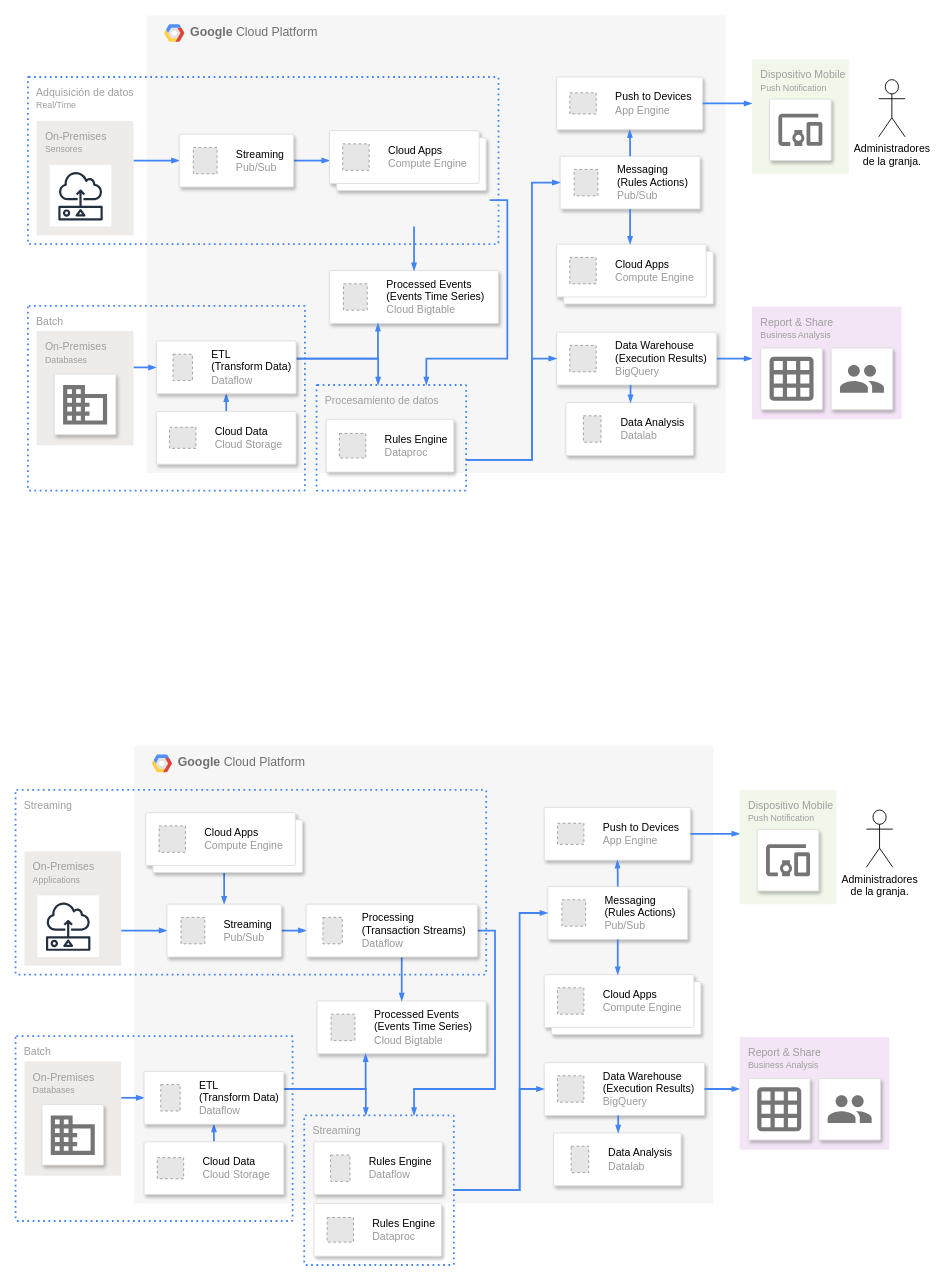
Before: Architecture.drawio in andresRah/agrofarmpi-site, a draw.io diagram. Source tidied: cells renumbered, new cells numbered last; positions are measured from the earlier drawing's top-left corner, leaving out a move shared by most shapes. Both pictures are drawn from the tidied source at 88%, with x=0, y=0 at pixel (15, 15). Pictures stored in the file or linked from it are replaced by grey dashed boxes.
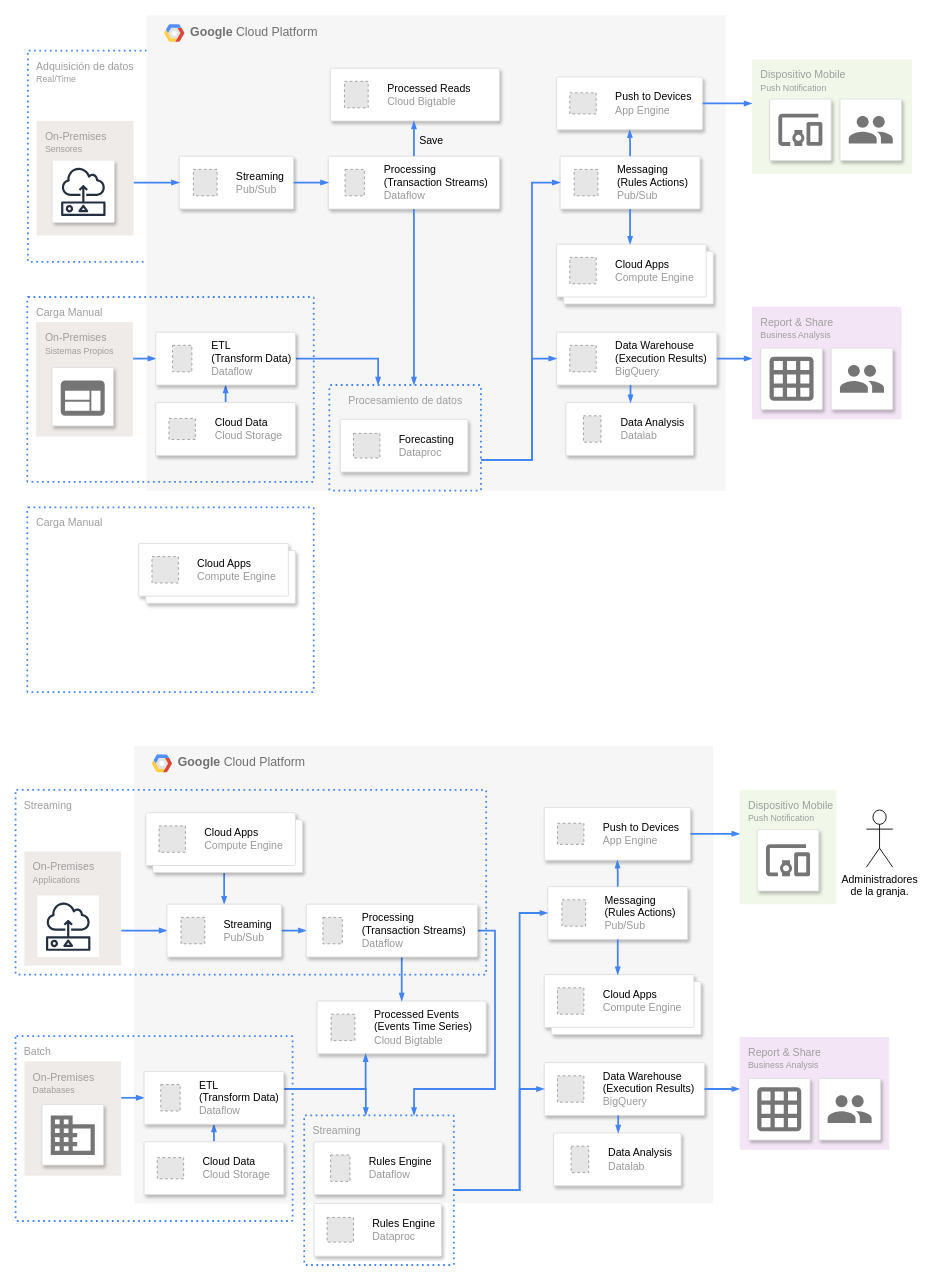
After the change.

The change refers to these unchanged cells:
```xml
<mxCell id="8" style="strokeColor=#dddddd;shadow=1;strokeWidth=1;rounded=1;absoluteArcSize=1;arcSize=2;" parent="2" vertex="1">
  <mxGeometry x="470" y="160" width="159" height="60" as="geometry" />
</mxCell>
<mxCell id="14" style="strokeColor=#dddddd;shadow=1;strokeWidth=1;rounded=1;absoluteArcSize=1;arcSize=2;" parent="2" vertex="1">
  <mxGeometry x="466" y="360" width="182" height="60" as="geometry" />
</mxCell>
<mxCell id="24" value="On-Premises&lt;br&gt;&lt;font style=&quot;font-size: 10px&quot;&gt;Sensores&lt;/font&gt;" style="rounded=1;absoluteArcSize=1;arcSize=2;html=1;strokeColor=none;gradientColor=none;shadow=0;dashed=0;fontSize=12;fontColor=#9E9E9E;align=left;verticalAlign=top;spacing=10;spacingTop=-4;fillColor=#EFEBE9;" parent="1" vertex="1">
  <mxGeometry x="24.2" y="120" width="110" height="130" as="geometry" />
</mxCell>
```

Diff of the diagram source:
```diff
@@
+    <mxCell id="119" value="Carga Manual" style="rounded=1;absoluteArcSize=1;arcSize=2;html=1;strokeColor=#4284F3;gradientColor=none;shadow=0;dashed=1;fontSize=12;fontColor=#9E9E9E;align=left;verticalAlign=top;spacing=10;spacingTop=-4;fillColor=none;dashPattern=1 2;strokeWidth=2;" parent="1" vertex="1">
+      <mxGeometry x="13.5" y="559" width="325.5" height="210" as="geometry" />
+    </mxCell>
+    <mxCell id="22" value="Adquisición de datos&amp;nbsp;&lt;br&gt;&lt;font style=&quot;font-size: 10px;&quot;&gt;Real/Time&lt;/font&gt;" style="rounded=1;absoluteArcSize=1;arcSize=2;html=1;strokeColor=#4284F3;gradientColor=none;shadow=0;dashed=1;fontSize=12;fontColor=#9E9E9E;align=left;verticalAlign=top;spacing=10;spacingTop=-4;fillColor=none;dashPattern=1 2;strokeWidth=2;" parent="1" vertex="1">
+      <mxGeometry x="14.2" y="40" width="534.8" height="240" as="geometry" />
+    </mxCell>
     <mxCell id="2" value="&lt;b&gt;Google &lt;/b&gt;Cloud Platform" style="fillColor=#F6F6F6;strokeColor=none;shadow=0;gradientColor=none;fontSize=14;align=left;spacing=10;fontColor=#717171;9E9E9E;verticalAlign=top;spacingTop=-4;fontStyle=0;spacingLeft=40;html=1;" parent="1" vertex="1">
-      <mxGeometry x="149" width="658" height="520" as="geometry" />
+      <mxGeometry x="149" width="658" height="540" as="geometry" />
     </mxCell>
@@
     <mxCell id="4" style="strokeColor=#dddddd;shadow=1;strokeWidth=1;rounded=1;absoluteArcSize=1;arcSize=2;" parent="2" vertex="1">
-      <mxGeometry x="207.8" y="290" width="192.2" height="60" as="geometry" />
+      <mxGeometry x="208.9" y="60" width="192.2" height="60" as="geometry" />
     </mxCell>
-    <mxCell id="5" value="&lt;font color=&quot;#000000&quot;&gt;Processed Events&lt;br&gt;(Events Time Series)&lt;/font&gt;&lt;br&gt;Cloud Bigtable" style="fillColor=#E6E6E6;strokeColor=#999999;dashed=1;html=1;fontColor=#999999;verticalLabelPosition=middle;verticalAlign=middle;labelPosition=right;align=left;spacingLeft=20;" parent="4" vertex="1">
+    <mxCell id="5" value="&lt;font color=&quot;#000000&quot;&gt;Processed Reads&lt;/font&gt;&lt;br&gt;Cloud Bigtable" style="fillColor=#E6E6E6;strokeColor=#999999;dashed=1;html=1;fontColor=#999999;verticalLabelPosition=middle;verticalAlign=middle;labelPosition=right;align=left;spacingLeft=20;" parent="4" vertex="1">
       <mxGeometry width="27" height="30" relative="1" as="geometry">
         <mxPoint x="16" y="15" as="offset" />
       </mxGeometry>
     </mxCell>
@@
+    <mxCell id="21" value="Procesamiento de datos" style="rounded=1;absoluteArcSize=1;arcSize=2;html=1;strokeColor=#4284F3;gradientColor=none;shadow=0;dashed=1;fontSize=12;fontColor=#9E9E9E;align=center;verticalAlign=top;spacing=10;spacingTop=-4;fillColor=none;dashPattern=1 2;strokeWidth=2;" parent="2" vertex="1">
+      <mxGeometry x="207.8" y="420" width="172.2" height="120" as="geometry" />
+    </mxCell>
-    <mxCell id="19" style="edgeStyle=orthogonalEdgeStyle;rounded=0;html=1;dashed=0;labelBackgroundColor=none;startArrow=none;startFill=0;startSize=4;endArrow=blockThin;endFill=1;endSize=4;strokeColor=#4284F3;strokeWidth=2;fontSize=12;" parent="1" edge="1" source="21" target="14">
+    <mxCell id="19" style="edgeStyle=orthogonalEdgeStyle;rounded=0;html=1;dashed=0;labelBackgroundColor=none;startArrow=none;startFill=0;startSize=4;endArrow=blockThin;endFill=1;endSize=4;strokeColor=#4284F3;strokeWidth=2;fontSize=12;" parent="2" edge="1" source="21" target="14">
       <mxGeometry relative="1" as="geometry">
         <Array as="points">
-          <mxPoint x="587" y="505" />
-          <mxPoint x="587" y="390" />
+          <mxPoint x="438" y="505" />
+          <mxPoint x="438" y="390" />
         </Array>
       </mxGeometry>
     </mxCell>
-    <mxCell id="20" style="edgeStyle=orthogonalEdgeStyle;rounded=0;html=1;dashed=0;labelBackgroundColor=none;startArrow=none;startFill=0;startSize=4;endArrow=blockThin;endFill=1;endSize=4;strokeColor=#4284F3;strokeWidth=2;fontSize=12;" parent="1" edge="1" source="21" target="8">
+    <mxCell id="20" style="edgeStyle=orthogonalEdgeStyle;rounded=0;html=1;dashed=0;labelBackgroundColor=none;startArrow=none;startFill=0;startSize=4;endArrow=blockThin;endFill=1;endSize=4;strokeColor=#4284F3;strokeWidth=2;fontSize=12;" parent="2" edge="1" source="21" target="8">
       <mxGeometry relative="1" as="geometry">
         <Array as="points">
-          <mxPoint x="587" y="505" />
-          <mxPoint x="587" y="190" />
+          <mxPoint x="438" y="505" />
+          <mxPoint x="438" y="190" />
         </Array>
       </mxGeometry>
     </mxCell>
-    <mxCell id="21" value="Procesamiento de datos" style="rounded=1;absoluteArcSize=1;arcSize=2;html=1;strokeColor=#4284F3;gradientColor=none;shadow=0;dashed=1;fontSize=12;fontColor=#9E9E9E;align=left;verticalAlign=top;spacing=10;spacingTop=-4;fillColor=none;dashPattern=1 2;strokeWidth=2;" parent="1" vertex="1">
-      <mxGeometry x="342.2" y="420" width="170" height="120" as="geometry" />
-    </mxCell>
-    <mxCell id="22" value="Adquisición de datos&amp;nbsp;&lt;br&gt;&lt;font style=&quot;font-size: 10px;&quot;&gt;Real/Time&lt;/font&gt;" style="rounded=1;absoluteArcSize=1;arcSize=2;html=1;strokeColor=#4284F3;gradientColor=none;shadow=0;dashed=1;fontSize=12;fontColor=#9E9E9E;align=left;verticalAlign=top;spacing=10;spacingTop=-4;fillColor=none;dashPattern=1 2;strokeWidth=2;" parent="1" vertex="1">
-      <mxGeometry x="14.2" y="70" width="534.8" height="190" as="geometry" />
-    </mxCell>
+    <mxCell id="54" style="strokeColor=#dddddd;shadow=1;strokeWidth=1;rounded=1;absoluteArcSize=1;arcSize=2;" parent="2" vertex="1">
+      <mxGeometry x="220.2" y="459" width="145" height="60" as="geometry" />
+    </mxCell>
+    <mxCell id="55" value="&lt;font color=&quot;#000000&quot;&gt;Forecasting&lt;/font&gt;&lt;br&gt;Dataproc" style="fillColor=#E6E6E6;strokeColor=#999999;dashed=1;html=1;fontColor=#999999;verticalLabelPosition=middle;verticalAlign=middle;labelPosition=right;align=left;spacingLeft=20;" parent="54" vertex="1">
+      <mxGeometry width="30" height="28" relative="1" as="geometry">
+        <mxPoint x="15" y="16" as="offset" />
+      </mxGeometry>
+    </mxCell>
+    <mxCell id="120" style="strokeColor=#dddddd;shadow=1;strokeWidth=1;rounded=1;absoluteArcSize=1;arcSize=2;" parent="2" vertex="1">
+      <mxGeometry x="206.6" y="160" width="194.5" height="60" as="geometry" />
+    </mxCell>
+    <mxCell id="121" value="&lt;font color=&quot;#000000&quot;&gt;Processing&lt;br&gt;(Transaction Streams)&lt;/font&gt;&lt;br&gt;Dataflow" style="fillColor=#E6E6E6;strokeColor=#999999;dashed=1;html=1;fontColor=#999999;verticalLabelPosition=middle;verticalAlign=middle;labelPosition=right;align=left;spacingLeft=20;" parent="120" vertex="1">
+      <mxGeometry width="22" height="30" relative="1" as="geometry">
+        <mxPoint x="19" y="15" as="offset" />
+      </mxGeometry>
+    </mxCell>
+    <mxCell id="46" style="strokeColor=#dddddd;shadow=1;strokeWidth=1;rounded=1;absoluteArcSize=1;arcSize=2;" parent="2" vertex="1">
+      <mxGeometry x="37.2" y="160" width="130" height="60" as="geometry" />
+    </mxCell>
+    <mxCell id="47" value="&lt;font color=&quot;#000000&quot;&gt;Streaming&lt;/font&gt;&lt;br&gt;Pub/Sub" style="fillColor=#E6E6E6;strokeColor=#999999;dashed=1;html=1;fontColor=#999999;verticalLabelPosition=middle;verticalAlign=middle;labelPosition=right;align=left;spacingLeft=20;" parent="46" vertex="1">
+      <mxGeometry width="27" height="30" relative="1" as="geometry">
+        <mxPoint x="16" y="15" as="offset" />
+      </mxGeometry>
+    </mxCell>
+    <mxCell id="30" style="edgeStyle=orthogonalEdgeStyle;rounded=0;html=1;dashed=0;labelBackgroundColor=none;startArrow=none;startFill=0;startSize=4;endArrow=blockThin;endFill=1;endSize=4;strokeColor=#4284F3;strokeWidth=2;fontSize=12;entryX=0;entryY=0.5;entryDx=0;entryDy=0;" parent="2" edge="1" source="46" target="120">
+      <mxGeometry relative="1" as="geometry" />
+    </mxCell>
+    <mxCell id="31" style="edgeStyle=orthogonalEdgeStyle;rounded=0;html=1;dashed=0;labelBackgroundColor=none;startArrow=none;startFill=0;startSize=4;endArrow=blockThin;endFill=1;endSize=4;strokeColor=#4284F3;strokeWidth=2;fontSize=12;exitX=0.5;exitY=0;exitDx=0;exitDy=0;" parent="2" edge="1" source="120" target="4">
+      <mxGeometry relative="1" as="geometry">
+        <Array as="points">
+          <mxPoint x="304" y="130" />
+          <mxPoint x="304" y="130" />
+        </Array>
+      </mxGeometry>
+    </mxCell>
+    <mxCell id="122" value="Save" style="text;html=1;align=center;verticalAlign=middle;whiteSpace=wrap;rounded=0;" parent="2" vertex="1">
+      <mxGeometry x="309" y="133" width="30" height="20" as="geometry" />
+    </mxCell>
+    <mxCell id="32" style="edgeStyle=orthogonalEdgeStyle;rounded=0;html=1;dashed=0;labelBackgroundColor=none;startArrow=none;startFill=0;startSize=4;endArrow=blockThin;endFill=1;endSize=4;strokeColor=#4284F3;strokeWidth=2;fontSize=12;exitX=0.5;exitY=1;exitDx=0;exitDy=0;" parent="2" edge="1" source="120" target="21">
+      <mxGeometry relative="1" as="geometry">
+        <Array as="points">
+          <mxPoint x="304" y="330" />
+          <mxPoint x="304" y="330" />
+        </Array>
+      </mxGeometry>
+    </mxCell>
     <mxCell id="23" style="edgeStyle=orthogonalEdgeStyle;rounded=0;html=1;dashed=0;labelBackgroundColor=none;startArrow=none;startFill=0;startSize=4;endArrow=blockThin;endFill=1;endSize=4;strokeColor=#4284F3;strokeWidth=2;fontSize=12;" parent="1" edge="1" source="24" target="46">
       <mxGeometry relative="1" as="geometry">
         <Array as="points">
-          <mxPoint x="149" y="165" />
-          <mxPoint x="149" y="165" />
+          <mxPoint x="169" y="190" />
+          <mxPoint x="169" y="190" />
         </Array>
       </mxGeometry>
     </mxCell>
@@
-    <mxCell id="25" value="Batch" style="rounded=1;absoluteArcSize=1;arcSize=2;html=1;strokeColor=#4284F3;gradientColor=none;shadow=0;dashed=1;fontSize=12;fontColor=#9E9E9E;align=left;verticalAlign=top;spacing=10;spacingTop=-4;fillColor=none;dashPattern=1 2;strokeWidth=2;" parent="1" vertex="1">
-      <mxGeometry x="14.2" y="330" width="314.8" height="210" as="geometry" />
+    <mxCell id="25" value="Carga Manual" style="rounded=1;absoluteArcSize=1;arcSize=2;html=1;strokeColor=#4284F3;gradientColor=none;shadow=0;dashed=1;fontSize=12;fontColor=#9E9E9E;align=left;verticalAlign=top;spacing=10;spacingTop=-4;fillColor=none;dashPattern=1 2;strokeWidth=2;" parent="1" vertex="1">
+      <mxGeometry x="13.5" y="320" width="325.5" height="210" as="geometry" />
     </mxCell>
     <mxCell id="26" style="edgeStyle=orthogonalEdgeStyle;rounded=0;html=1;dashed=0;labelBackgroundColor=none;startArrow=none;startFill=0;startSize=4;endArrow=blockThin;endFill=1;endSize=4;strokeColor=#4284F3;strokeWidth=2;fontSize=12;" parent="1" edge="1" source="27" target="52">
       <mxGeometry relative="1" as="geometry">
         <Array as="points">
-          <mxPoint x="144.2" y="400" />
-          <mxPoint x="144.2" y="400" />
+          <mxPoint x="143.5" y="390" />
+          <mxPoint x="143.5" y="390" />
         </Array>
       </mxGeometry>
     </mxCell>
-    <mxCell id="27" value="On-Premises&lt;br&gt;&lt;font style=&quot;font-size: 10px&quot;&gt;Databases&lt;/font&gt;&lt;br&gt;" style="rounded=1;absoluteArcSize=1;arcSize=2;html=1;strokeColor=none;gradientColor=none;shadow=0;dashed=0;fontSize=12;fontColor=#9E9E9E;align=left;verticalAlign=top;spacing=10;spacingTop=-4;fillColor=#EFEBE9;" parent="1" vertex="1">
-      <mxGeometry x="24.2" y="358.5" width="110" height="130" as="geometry" />
+    <mxCell id="27" value="On-Premises&lt;br&gt;&lt;font style=&quot;font-size: 10px&quot;&gt;Sistemas Propios&lt;/font&gt;" style="rounded=1;absoluteArcSize=1;arcSize=2;html=1;strokeColor=none;gradientColor=none;shadow=0;dashed=0;fontSize=12;fontColor=#9E9E9E;align=left;verticalAlign=top;spacing=10;spacingTop=-4;fillColor=#EFEBE9;" parent="1" vertex="1">
+      <mxGeometry x="23.5" y="348.5" width="110" height="130" as="geometry" />
     </mxCell>
-    <mxCell id="28" style="strokeColor=#dddddd;fillColor=#ffffff;shadow=1;strokeWidth=1;rounded=1;absoluteArcSize=1;arcSize=2;labelPosition=center;verticalLabelPosition=middle;align=center;verticalAlign=bottom;spacingLeft=0;fontColor=#999999;fontSize=12;whiteSpace=wrap;spacingBottom=2;html=1;" parent="1" vertex="1">
-      <mxGeometry x="44.2" y="407.5" width="70" height="69" as="geometry" />
-    </mxCell>
-    <mxCell id="29" style="dashed=0;html=1;fillColor=#757575;strokeColor=none;shape=mxgraph.gcp2.database;" parent="28" vertex="1">
-      <mxGeometry x="0.5" width="50" height="45" relative="1" as="geometry">
-        <mxPoint x="-25" y="12.5" as="offset" />
-      </mxGeometry>
-    </mxCell>
-    <mxCell id="30" style="edgeStyle=orthogonalEdgeStyle;rounded=0;html=1;dashed=0;labelBackgroundColor=none;startArrow=none;startFill=0;startSize=4;endArrow=blockThin;endFill=1;endSize=4;strokeColor=#4284F3;strokeWidth=2;fontSize=12;" parent="1" edge="1" source="46" target="48">
-      <mxGeometry relative="1" as="geometry" />
-    </mxCell>
-    <mxCell id="31" style="edgeStyle=orthogonalEdgeStyle;rounded=0;html=1;dashed=0;labelBackgroundColor=none;startArrow=none;startFill=0;startSize=4;endArrow=blockThin;endFill=1;endSize=4;strokeColor=#4284F3;strokeWidth=2;fontSize=12;" parent="1" edge="1" target="4">
-      <mxGeometry relative="1" as="geometry">
-        <mxPoint x="453" y="240" as="sourcePoint" />
-        <Array as="points">
-          <mxPoint x="453" y="250" />
-          <mxPoint x="453" y="250" />
-        </Array>
-      </mxGeometry>
-    </mxCell>
-    <mxCell id="32" style="edgeStyle=orthogonalEdgeStyle;rounded=0;html=1;dashed=0;labelBackgroundColor=none;startArrow=none;startFill=0;startSize=4;endArrow=blockThin;endFill=1;endSize=4;strokeColor=#4284F3;strokeWidth=2;fontSize=12;" parent="1" edge="1" target="21">
-      <mxGeometry relative="1" as="geometry">
-        <mxPoint x="539" y="210" as="sourcePoint" />
-        <Array as="points">
-          <mxPoint x="559" y="210" />
-          <mxPoint x="559" y="390" />
-          <mxPoint x="467" y="390" />
-        </Array>
-      </mxGeometry>
-    </mxCell>
@@
-    <mxCell id="34" style="edgeStyle=orthogonalEdgeStyle;rounded=0;html=1;dashed=0;labelBackgroundColor=none;startArrow=none;startFill=0;startSize=4;endArrow=blockThin;endFill=1;endSize=4;strokeColor=#4284F3;strokeWidth=2;fontSize=12;" parent="1" edge="1" source="52" target="4">
-      <mxGeometry relative="1" as="geometry">
-        <Array as="points">
-          <mxPoint x="412" y="390" />
-        </Array>
-      </mxGeometry>
-    </mxCell>
@@
     <mxCell id="38" value="Dispositivo Mobile&lt;br&gt;&lt;font style=&quot;font-size: 10px&quot;&gt;Push Notification&lt;/font&gt;" style="rounded=1;absoluteArcSize=1;arcSize=2;html=1;strokeColor=none;gradientColor=none;shadow=0;dashed=0;fontSize=12;fontColor=#9E9E9E;align=left;verticalAlign=top;spacing=10;spacingTop=-4;fillColor=#F1F8E9;" parent="1" vertex="1">
-      <mxGeometry x="837" y="50" width="110" height="130" as="geometry" />
+      <mxGeometry x="837" y="50" width="182" height="130" as="geometry" />
     </mxCell>
@@
-    <mxCell id="46" style="strokeColor=#dddddd;shadow=1;strokeWidth=1;rounded=1;absoluteArcSize=1;arcSize=2;" parent="1" vertex="1">
-      <mxGeometry x="186.2" y="135" width="130" height="60" as="geometry" />
-    </mxCell>
-    <mxCell id="47" value="&lt;font color=&quot;#000000&quot;&gt;Streaming&lt;/font&gt;&lt;br&gt;Pub/Sub" style="fillColor=#E6E6E6;strokeColor=#999999;dashed=1;html=1;fontColor=#999999;verticalLabelPosition=middle;verticalAlign=middle;labelPosition=right;align=left;spacingLeft=20;" parent="46" vertex="1">
-      <mxGeometry width="27" height="30" relative="1" as="geometry">
-        <mxPoint x="16" y="15" as="offset" />
-      </mxGeometry>
-    </mxCell>
-    <mxCell id="48" style="shape=mxgraph.gcp2.doubleRect;strokeColor=#dddddd;shadow=1;strokeWidth=1;rounded=1;absoluteArcSize=1;arcSize=2;" parent="1" vertex="1">
-      <mxGeometry x="357" y="131" width="178" height="68" as="geometry" />
-    </mxCell>
-    <mxCell id="49" value="&lt;font color=&quot;#000000&quot;&gt;Cloud Apps&lt;/font&gt;&lt;br&gt;Compute Engine" style="fillColor=#E6E6E6;strokeColor=#999999;dashed=1;html=1;fontColor=#999999;verticalLabelPosition=middle;verticalAlign=middle;labelPosition=right;align=left;spacingLeft=20;" parent="48" vertex="1">
-      <mxGeometry width="30" height="30" relative="1" as="geometry">
-        <mxPoint x="15" y="15" as="offset" />
-      </mxGeometry>
-    </mxCell>
     <mxCell id="50" style="strokeColor=#dddddd;shadow=1;strokeWidth=1;rounded=1;absoluteArcSize=1;arcSize=2;" parent="1" vertex="1">
-      <mxGeometry x="160.2" y="450" width="158.8" height="60" as="geometry" />
+      <mxGeometry x="159.5" y="440" width="158.8" height="60" as="geometry" />
     </mxCell>
@@
     <mxCell id="52" style="strokeColor=#dddddd;shadow=1;strokeWidth=1;rounded=1;absoluteArcSize=1;arcSize=2;" parent="1" vertex="1">
-      <mxGeometry x="160.2" y="370" width="158.8" height="60" as="geometry" />
+      <mxGeometry x="159.5" y="360" width="158.8" height="60" as="geometry" />
     </mxCell>
@@
-    <mxCell id="54" style="strokeColor=#dddddd;shadow=1;strokeWidth=1;rounded=1;absoluteArcSize=1;arcSize=2;" parent="1" vertex="1">
-      <mxGeometry x="353.2" y="459" width="145" height="60" as="geometry" />
-    </mxCell>
-    <mxCell id="55" value="&lt;font color=&quot;#000000&quot;&gt;Rules Engine&lt;/font&gt;&lt;br&gt;Dataproc" style="fillColor=#E6E6E6;strokeColor=#999999;dashed=1;html=1;fontColor=#999999;verticalLabelPosition=middle;verticalAlign=middle;labelPosition=right;align=left;spacingLeft=20;" parent="54" vertex="1">
-      <mxGeometry width="30" height="28" relative="1" as="geometry">
-        <mxPoint x="15" y="16" as="offset" />
-      </mxGeometry>
-    </mxCell>
-    <mxCell id="56" value="Administradores &lt;br&gt;de la granja." style="shape=umlActor;verticalLabelPosition=bottom;verticalAlign=top;html=1;" parent="1" vertex="1">
-      <mxGeometry x="981" y="73" width="30" height="65" as="geometry" />
-    </mxCell>
-    <mxCell id="57" style="sketch=0;fontColor=#232F3E;gradientColor=none;strokeColor=#232F3E;fillColor=#ffffff;dashed=0;verticalLabelPosition=bottom;verticalAlign=top;align=center;html=1;fontSize=12;fontStyle=0;shape=mxgraph.aws4.resourceIcon;resIcon=mxgraph.aws4.sensor;" parent="1" vertex="1">
-      <mxGeometry x="39" y="170" width="70" height="70" as="geometry" />
-    </mxCell>
@@
+    <mxCell id="123" style="group;" parent="1" vertex="1">
+      <mxGeometry x="42.2" y="165" width="70" height="70" as="geometry" />
+    </mxCell>
+    <mxCell id="124" style="strokeColor=#dddddd;shadow=1;strokeWidth=1;rounded=1;absoluteArcSize=1;arcSize=2;labelPosition=center;verticalLabelPosition=middle;align=center;verticalAlign=bottom;spacingLeft=0;fontColor=#999999;fontSize=12;whiteSpace=wrap;spacingBottom=2;html=1;" parent="123" vertex="1">
+      <mxGeometry width="70" height="70" as="geometry" />
+    </mxCell>
+    <mxCell id="57" style="sketch=0;fontColor=#232F3E;gradientColor=none;strokeColor=#232F3E;fillColor=#ffffff;dashed=0;verticalLabelPosition=bottom;verticalAlign=top;align=center;html=1;fontSize=12;fontStyle=0;shape=mxgraph.aws4.resourceIcon;resIcon=mxgraph.aws4.sensor;" parent="123" vertex="1">
+      <mxGeometry width="70" height="70" as="geometry" />
+    </mxCell>
+    <mxCell id="125" style="strokeColor=#dddddd;shadow=1;strokeWidth=1;rounded=1;absoluteArcSize=1;arcSize=2;labelPosition=center;verticalLabelPosition=middle;align=center;verticalAlign=bottom;spacingLeft=0;fontColor=#999999;fontSize=12;whiteSpace=wrap;spacingBottom=2;html=1;" parent="1" vertex="1">
+      <mxGeometry x="41.5" y="400" width="70" height="66.5" as="geometry" />
+    </mxCell>
+    <mxCell id="126" style="sketch=0;dashed=0;html=1;fillColor=#757575;strokeColor=none;shape=mxgraph.gcp2.application;" parent="125" vertex="1">
+      <mxGeometry x="0.5" width="50" height="40" relative="1" as="geometry">
+        <mxPoint x="-25" y="15" as="offset" />
+      </mxGeometry>
+    </mxCell>
+    <mxCell id="127" style="strokeColor=#dddddd;fillColor=#ffffff;shadow=1;strokeWidth=1;rounded=1;absoluteArcSize=1;arcSize=2;labelPosition=center;verticalLabelPosition=middle;align=center;verticalAlign=bottom;spacingLeft=0;fontColor=#999999;fontSize=12;whiteSpace=wrap;spacingBottom=2;html=1;" parent="1" vertex="1">
+      <mxGeometry x="937" y="95" width="70" height="70" as="geometry" />
+    </mxCell>
+    <mxCell id="128" style="dashed=0;html=1;fillColor=#757575;strokeColor=none;shape=mxgraph.gcp2.users;" parent="127" vertex="1">
+      <mxGeometry x="0.5" width="50" height="31.5" relative="1" as="geometry">
+        <mxPoint x="-25" y="19.2" as="offset" />
+      </mxGeometry>
+    </mxCell>
+    <mxCell id="129" style="shape=mxgraph.gcp2.doubleRect;strokeColor=#dddddd;shadow=1;strokeWidth=1;rounded=1;absoluteArcSize=1;arcSize=2;" parent="1" vertex="1">
+      <mxGeometry x="140.2" y="600" width="178" height="68" as="geometry" />
+    </mxCell>
+    <mxCell id="49" value="&lt;font color=&quot;#000000&quot;&gt;Cloud Apps&lt;/font&gt;&lt;br&gt;Compute Engine" style="fillColor=#E6E6E6;strokeColor=#999999;dashed=1;html=1;fontColor=#999999;verticalLabelPosition=middle;verticalAlign=middle;labelPosition=right;align=left;spacingLeft=20;" parent="129" vertex="1">
+      <mxGeometry width="30" height="30" relative="1" as="geometry">
+        <mxPoint x="15" y="15" as="offset" />
+      </mxGeometry>
+    </mxCell>
```
